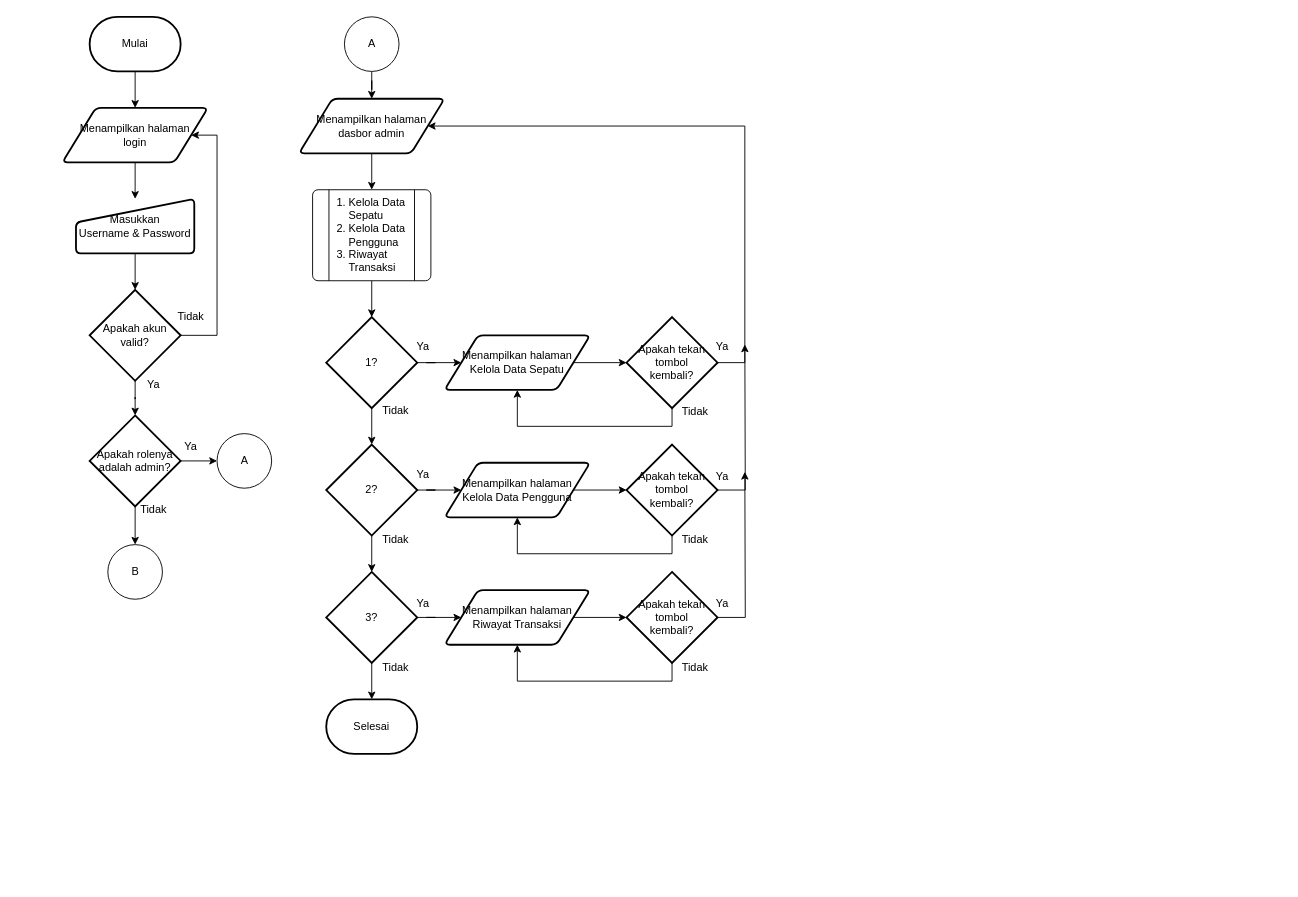
dapzz-id/DrawIO keeps this draw.io diagram as KP-Joki-2.drawio. Above is the earlier version. Source tidied: cells renumbered, new cells numbered last; positions are measured from the earlier drawing's top-left corner, leaving out a move shared by most shapes. Both pictures are drawn from the tidied source at 91%, with x=0, y=0 at pixel (62, 16).
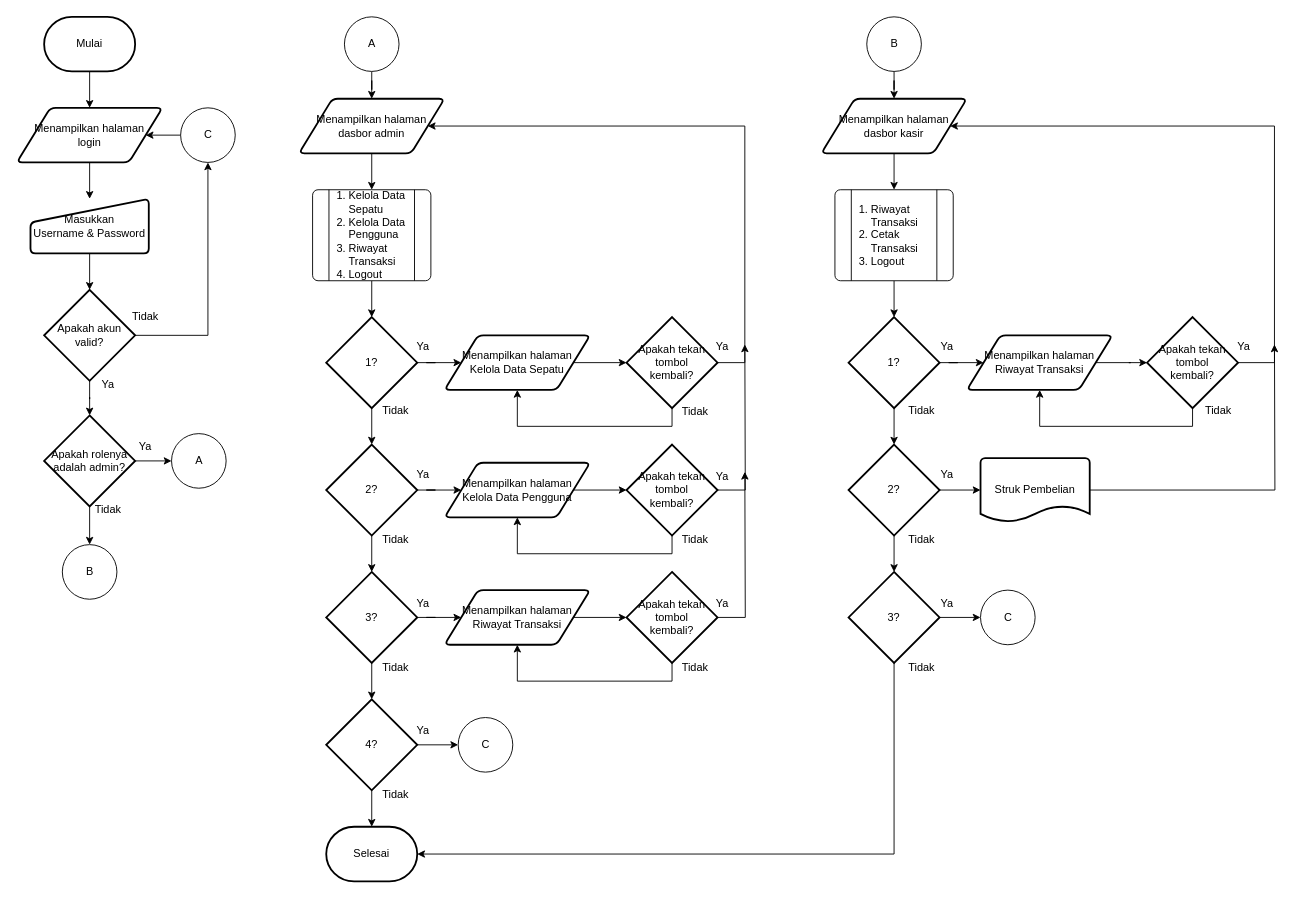
The same diagram, later.

Unchanged cells that the change refers to:
```xml
<mxCell id="41" value="3?" style="strokeWidth=2;html=1;shape=mxgraph.flowchart.decision;whiteSpace=wrap;" parent="1" vertex="1">
  <mxGeometry x="290" y="610" width="100" height="100" as="geometry" />
</mxCell>
```

The edit, as a diff of the source:
```diff
@@
     <mxCell id="3" value="Mulai" style="strokeWidth=2;html=1;shape=mxgraph.flowchart.terminator;whiteSpace=wrap;" parent="1" vertex="1">
-      <mxGeometry x="30" width="100" height="60" as="geometry" />
+      <mxGeometry x="-20" width="100" height="60" as="geometry" />
     </mxCell>
@@
     <mxCell id="5" value="Menampilkan halaman&lt;div&gt;login&lt;/div&gt;" style="shape=parallelogram;html=1;strokeWidth=2;perimeter=parallelogramPerimeter;whiteSpace=wrap;rounded=1;arcSize=12;size=0.23;" parent="1" vertex="1">
-      <mxGeometry y="100" width="160" height="60" as="geometry" />
+      <mxGeometry x="-50" y="100" width="160" height="60" as="geometry" />
     </mxCell>
@@
     <mxCell id="7" value="Masukkan&lt;div&gt;Username &amp;amp; Password&lt;/div&gt;" style="html=1;strokeWidth=2;shape=manualInput;whiteSpace=wrap;rounded=1;size=26;arcSize=11;" parent="1" vertex="1">
-      <mxGeometry x="15" y="200" width="130" height="60" as="geometry" />
+      <mxGeometry x="-35" y="200" width="130" height="60" as="geometry" />
     </mxCell>
-    <mxCell id="8" style="edgeStyle=orthogonalEdgeStyle;rounded=0;jettySize=auto;html=1;exitX=1;exitY=0.5;exitDx=0;exitDy=0;exitPerimeter=0;entryX=1;entryY=0.5;entryDx=0;entryDy=0;" parent="1" edge="1" source="10" target="5">
-      <mxGeometry relative="1" as="geometry">
-        <Array as="points">
-          <mxPoint x="170" y="350" />
-          <mxPoint x="170" y="130" />
-        </Array>
-      </mxGeometry>
-    </mxCell>
@@
+    <mxCell id="63" style="edgeStyle=orthogonalEdgeStyle;rounded=0;jettySize=auto;html=1;exitX=1;exitY=0.5;exitDx=0;exitDy=0;exitPerimeter=0;entryX=0.5;entryY=1;entryDx=0;entryDy=0;entryPerimeter=0;" parent="1" edge="1" source="10" target="78">
+      <mxGeometry relative="1" as="geometry">
+        <Array as="points">
+          <mxPoint x="160" y="350" />
+        </Array>
+      </mxGeometry>
+    </mxCell>
     <mxCell id="10" value="Apakah akun&lt;div&gt;valid?&lt;/div&gt;" style="strokeWidth=2;html=1;shape=mxgraph.flowchart.decision;whiteSpace=wrap;" parent="1" vertex="1">
-      <mxGeometry x="30" y="300" width="100" height="100" as="geometry" />
+      <mxGeometry x="-20" y="300" width="100" height="100" as="geometry" />
     </mxCell>
     <mxCell id="11" value="Tidak" style="text;html=1;align=center;verticalAlign=middle;strokeColor=none;fillColor=none;" parent="1" vertex="1">
-      <mxGeometry x="116" y="315" width="50" height="30" as="geometry" />
+      <mxGeometry x="66" y="315" width="50" height="30" as="geometry" />
     </mxCell>
@@
     <mxCell id="14" value="Apakah rolenya adalah admin&lt;span style=&quot;background-color: transparent; color: light-dark(rgb(0, 0, 0), rgb(255, 255, 255));&quot;&gt;?&lt;/span&gt;" style="strokeWidth=2;html=1;shape=mxgraph.flowchart.decision;whiteSpace=wrap;" parent="1" vertex="1">
-      <mxGeometry x="30" y="438" width="100" height="100" as="geometry" />
+      <mxGeometry x="-20" y="438" width="100" height="100" as="geometry" />
     </mxCell>
     <mxCell id="15" value="Ya" style="text;html=1;align=center;verticalAlign=middle;strokeColor=none;fillColor=none;" parent="1" vertex="1">
-      <mxGeometry x="80" y="389" width="40" height="30" as="geometry" />
+      <mxGeometry x="30" y="389" width="40" height="30" as="geometry" />
     </mxCell>
     <mxCell id="16" value="A" style="verticalLabelPosition=middle;verticalAlign=middle;html=1;shape=mxgraph.flowchart.on-page_reference;labelPosition=center;align=center;" parent="1" vertex="1">
-      <mxGeometry x="170" y="458" width="60" height="60" as="geometry" />
+      <mxGeometry x="120" y="458" width="60" height="60" as="geometry" />
     </mxCell>
     <mxCell id="17" value="B" style="verticalLabelPosition=middle;verticalAlign=middle;html=1;shape=mxgraph.flowchart.on-page_reference;labelPosition=center;align=center;" parent="1" vertex="1">
-      <mxGeometry x="50" y="580" width="60" height="60" as="geometry" />
+      <mxGeometry y="580" width="60" height="60" as="geometry" />
     </mxCell>
     <mxCell id="18" value="Tidak" style="text;html=1;align=center;verticalAlign=middle;strokeColor=none;fillColor=none;" parent="1" vertex="1">
-      <mxGeometry x="75" y="527" width="50" height="30" as="geometry" />
+      <mxGeometry x="25" y="527" width="50" height="30" as="geometry" />
     </mxCell>
     <mxCell id="19" value="Ya" style="text;html=1;align=center;verticalAlign=middle;strokeColor=none;fillColor=none;" parent="1" vertex="1">
-      <mxGeometry x="121" y="458" width="40" height="30" as="geometry" />
+      <mxGeometry x="71" y="458" width="40" height="30" as="geometry" />
     </mxCell>
@@
-    <mxCell id="25" value="&lt;ol style=&quot;padding-left: 20px;&quot;&gt;&lt;li&gt;Kelola Data Sepatu&lt;/li&gt;&lt;li&gt;Kelola Data Pengguna&lt;/li&gt;&lt;li&gt;Riwayat Transaksi&lt;/li&gt;&lt;/ol&gt;" style="verticalLabelPosition=middle;verticalAlign=middle;html=1;shape=process;whiteSpace=wrap;rounded=1;size=0.14;arcSize=6;labelPosition=center;align=left;" parent="1" vertex="1">
+    <mxCell id="25" value="&lt;ol style=&quot;padding-left: 20px;&quot;&gt;&lt;li&gt;Kelola Data Sepatu&lt;/li&gt;&lt;li&gt;Kelola Data Pengguna&lt;/li&gt;&lt;li&gt;Riwayat Transaksi&lt;/li&gt;&lt;li&gt;Logout&lt;/li&gt;&lt;/ol&gt;" style="verticalLabelPosition=middle;verticalAlign=middle;html=1;shape=process;whiteSpace=wrap;rounded=1;size=0.14;arcSize=6;labelPosition=center;align=left;" parent="1" vertex="1">
       <mxGeometry x="275" y="190" width="130" height="100" as="geometry" />
     </mxCell>
@@
-    <mxCell id="40" style="edgeStyle=orthogonalEdgeStyle;rounded=0;jettySize=auto;html=1;" parent="1" edge="1" source="41" target="46">
-      <mxGeometry relative="1" as="geometry" />
-    </mxCell>
+    <mxCell id="64" style="edgeStyle=orthogonalEdgeStyle;rounded=0;jettySize=auto;html=1;" parent="1" edge="1" source="41" target="67">
+      <mxGeometry relative="1" as="geometry" />
+    </mxCell>
@@
     <mxCell id="46" value="Selesai" style="strokeWidth=2;html=1;shape=mxgraph.flowchart.terminator;whiteSpace=wrap;" parent="1" vertex="1">
-      <mxGeometry x="290" y="750" width="100" height="60" as="geometry" />
+      <mxGeometry x="290" y="890" width="100" height="60" as="geometry" />
     </mxCell>
@@
+    <mxCell id="65" style="edgeStyle=orthogonalEdgeStyle;rounded=0;jettySize=auto;html=1;" parent="1" edge="1" source="67" target="46">
+      <mxGeometry relative="1" as="geometry" />
+    </mxCell>
+    <mxCell id="66" style="edgeStyle=orthogonalEdgeStyle;rounded=0;jettySize=auto;html=1;" parent="1" edge="1" source="67" target="76">
+      <mxGeometry relative="1" as="geometry" />
+    </mxCell>
+    <mxCell id="67" value="4?" style="strokeWidth=2;html=1;shape=mxgraph.flowchart.decision;whiteSpace=wrap;" parent="1" vertex="1">
+      <mxGeometry x="290" y="750" width="100" height="100" as="geometry" />
+    </mxCell>
+    <mxCell id="68" value="Tidak" style="text;html=1;align=center;verticalAlign=middle;strokeColor=none;fillColor=none;" parent="1" vertex="1">
+      <mxGeometry x="341" y="840" width="50" height="30" as="geometry" />
+    </mxCell>
+    <mxCell id="69" value="Ya" style="text;html=1;align=center;verticalAlign=middle;strokeColor=none;fillColor=none;" parent="1" vertex="1">
+      <mxGeometry x="376" y="770" width="40" height="30" as="geometry" />
+    </mxCell>
+    <mxCell id="70" style="edgeStyle=orthogonalEdgeStyle;rounded=0;jettySize=auto;html=1;" parent="1" edge="1" source="71" target="73">
+      <mxGeometry relative="1" as="geometry" />
+    </mxCell>
+    <mxCell id="71" value="B" style="verticalLabelPosition=middle;verticalAlign=middle;html=1;shape=mxgraph.flowchart.on-page_reference;labelPosition=center;align=center;" parent="1" vertex="1">
+      <mxGeometry x="884" width="60" height="60" as="geometry" />
+    </mxCell>
+    <mxCell id="72" style="edgeStyle=orthogonalEdgeStyle;rounded=0;jettySize=auto;html=1;" parent="1" edge="1" source="73" target="75">
+      <mxGeometry relative="1" as="geometry" />
+    </mxCell>
+    <mxCell id="73" value="Menampilkan halaman&lt;div&gt;dasbor kasir&lt;/div&gt;" style="shape=parallelogram;html=1;strokeWidth=2;perimeter=parallelogramPerimeter;whiteSpace=wrap;rounded=1;arcSize=12;size=0.23;" parent="1" vertex="1">
+      <mxGeometry x="834" y="90" width="160" height="60" as="geometry" />
+    </mxCell>
+    <mxCell id="74" style="edgeStyle=orthogonalEdgeStyle;rounded=0;jettySize=auto;html=1;" parent="1" edge="1" source="75" target="81">
+      <mxGeometry relative="1" as="geometry" />
+    </mxCell>
+    <mxCell id="75" value="&lt;ol style=&quot;padding-left: 20px;&quot;&gt;&lt;li&gt;Riwayat Transaksi&lt;/li&gt;&lt;li&gt;Cetak Transaksi&lt;/li&gt;&lt;li&gt;Logout&lt;/li&gt;&lt;/ol&gt;" style="verticalLabelPosition=middle;verticalAlign=middle;html=1;shape=process;whiteSpace=wrap;rounded=1;size=0.14;arcSize=6;labelPosition=center;align=left;" parent="1" vertex="1">
+      <mxGeometry x="849" y="190" width="130" height="100" as="geometry" />
+    </mxCell>
+    <mxCell id="76" value="C" style="verticalLabelPosition=middle;verticalAlign=middle;html=1;shape=mxgraph.flowchart.on-page_reference;labelPosition=center;align=center;" parent="1" vertex="1">
+      <mxGeometry x="435" y="770" width="60" height="60" as="geometry" />
+    </mxCell>
+    <mxCell id="77" style="edgeStyle=orthogonalEdgeStyle;rounded=0;jettySize=auto;html=1;exitX=0;exitY=0.5;exitDx=0;exitDy=0;exitPerimeter=0;entryX=1;entryY=0.5;entryDx=0;entryDy=0;" parent="1" edge="1" source="78" target="5">
+      <mxGeometry relative="1" as="geometry" />
+    </mxCell>
+    <mxCell id="78" value="C" style="verticalLabelPosition=middle;verticalAlign=middle;html=1;shape=mxgraph.flowchart.on-page_reference;labelPosition=center;align=center;" parent="1" vertex="1">
+      <mxGeometry x="130" y="100" width="60" height="60" as="geometry" />
+    </mxCell>
+    <mxCell id="79" style="edgeStyle=orthogonalEdgeStyle;rounded=0;jettySize=auto;html=1;" parent="1" edge="1" source="81" target="83">
+      <mxGeometry relative="1" as="geometry" />
+    </mxCell>
+    <mxCell id="80" style="edgeStyle=orthogonalEdgeStyle;rounded=0;jettySize=auto;html=1;" parent="1" edge="1" source="81" target="87">
+      <mxGeometry relative="1" as="geometry" />
+    </mxCell>
+    <mxCell id="81" value="1?" style="strokeWidth=2;html=1;shape=mxgraph.flowchart.decision;whiteSpace=wrap;" parent="1" vertex="1">
+      <mxGeometry x="864" y="330" width="100" height="100" as="geometry" />
+    </mxCell>
+    <mxCell id="82" style="edgeStyle=orthogonalEdgeStyle;rounded=0;jettySize=auto;html=1;" parent="1" edge="1" source="83" target="101">
+      <mxGeometry relative="1" as="geometry" />
+    </mxCell>
+    <mxCell id="83" value="Menampilkan halaman&lt;div&gt;Riwayat Transaksi&lt;/div&gt;" style="shape=parallelogram;html=1;strokeWidth=2;perimeter=parallelogramPerimeter;whiteSpace=wrap;rounded=1;arcSize=12;size=0.23;" parent="1" vertex="1">
+      <mxGeometry x="994" y="350" width="160" height="60" as="geometry" />
+    </mxCell>
+    <mxCell id="84" value="Ya" style="text;html=1;align=center;verticalAlign=middle;strokeColor=none;fillColor=none;" parent="1" vertex="1">
+      <mxGeometry x="952" y="348" width="40" height="30" as="geometry" />
+    </mxCell>
+    <mxCell id="85" style="edgeStyle=orthogonalEdgeStyle;rounded=0;jettySize=auto;html=1;" parent="1" edge="1" source="87" target="91">
+      <mxGeometry relative="1" as="geometry" />
+    </mxCell>
+    <mxCell id="86" style="edgeStyle=orthogonalEdgeStyle;rounded=0;jettySize=auto;html=1;" parent="1" edge="1" source="87" target="93">
+      <mxGeometry relative="1" as="geometry" />
+    </mxCell>
+    <mxCell id="87" value="2?" style="strokeWidth=2;html=1;shape=mxgraph.flowchart.decision;whiteSpace=wrap;" parent="1" vertex="1">
+      <mxGeometry x="864" y="470" width="100" height="100" as="geometry" />
+    </mxCell>
+    <mxCell id="88" value="Tidak" style="text;html=1;align=center;verticalAlign=middle;strokeColor=none;fillColor=none;" parent="1" vertex="1">
+      <mxGeometry x="919" y="418" width="50" height="30" as="geometry" />
+    </mxCell>
+    <mxCell id="89" value="Ya" style="text;html=1;align=center;verticalAlign=middle;strokeColor=none;fillColor=none;" parent="1" vertex="1">
+      <mxGeometry x="952" y="488" width="40" height="30" as="geometry" />
+    </mxCell>
+    <mxCell id="90" style="edgeStyle=orthogonalEdgeStyle;rounded=0;jettySize=auto;html=1;exitX=1;exitY=0.5;exitDx=0;exitDy=0;exitPerimeter=0;" parent="1" edge="1" source="91">
+      <mxGeometry relative="1" as="geometry">
+        <mxPoint x="1332" y="360" as="targetPoint" />
+      </mxGeometry>
+    </mxCell>
+    <mxCell id="91" value="Struk Pembelian" style="strokeWidth=2;html=1;shape=mxgraph.flowchart.document2;whiteSpace=wrap;size=0.25;" parent="1" vertex="1">
+      <mxGeometry x="1009" y="485" width="120" height="70" as="geometry" />
+    </mxCell>
+    <mxCell id="92" style="edgeStyle=orthogonalEdgeStyle;rounded=0;jettySize=auto;html=1;" parent="1" edge="1" source="93" target="94">
+      <mxGeometry relative="1" as="geometry" />
+    </mxCell>
+    <mxCell id="93" value="3?" style="strokeWidth=2;html=1;shape=mxgraph.flowchart.decision;whiteSpace=wrap;" parent="1" vertex="1">
+      <mxGeometry x="864" y="610" width="100" height="100" as="geometry" />
+    </mxCell>
+    <mxCell id="94" value="C" style="verticalLabelPosition=middle;verticalAlign=middle;html=1;shape=mxgraph.flowchart.on-page_reference;labelPosition=center;align=center;" parent="1" vertex="1">
+      <mxGeometry x="1009" y="630" width="60" height="60" as="geometry" />
+    </mxCell>
+    <mxCell id="95" value="Ya" style="text;html=1;align=center;verticalAlign=middle;strokeColor=none;fillColor=none;" parent="1" vertex="1">
+      <mxGeometry x="952" y="630" width="40" height="30" as="geometry" />
+    </mxCell>
+    <mxCell id="96" value="Tidak" style="text;html=1;align=center;verticalAlign=middle;strokeColor=none;fillColor=none;" parent="1" vertex="1">
+      <mxGeometry x="919" y="560" width="50" height="30" as="geometry" />
+    </mxCell>
+    <mxCell id="97" value="Tidak" style="text;html=1;align=center;verticalAlign=middle;strokeColor=none;fillColor=none;" parent="1" vertex="1">
+      <mxGeometry x="919" y="700" width="50" height="30" as="geometry" />
+    </mxCell>
+    <mxCell id="98" style="edgeStyle=orthogonalEdgeStyle;rounded=0;jettySize=auto;html=1;exitX=0.5;exitY=1;exitDx=0;exitDy=0;exitPerimeter=0;entryX=1;entryY=0.5;entryDx=0;entryDy=0;entryPerimeter=0;" parent="1" edge="1" source="93" target="46">
+      <mxGeometry relative="1" as="geometry" />
+    </mxCell>
+    <mxCell id="99" style="edgeStyle=orthogonalEdgeStyle;rounded=0;jettySize=auto;html=1;exitX=0.5;exitY=1;exitDx=0;exitDy=0;exitPerimeter=0;entryX=0.5;entryY=1;entryDx=0;entryDy=0;" parent="1" edge="1" source="101" target="83">
+      <mxGeometry relative="1" as="geometry" />
+    </mxCell>
+    <mxCell id="100" style="edgeStyle=orthogonalEdgeStyle;rounded=0;jettySize=auto;html=1;exitX=1;exitY=0.5;exitDx=0;exitDy=0;exitPerimeter=0;entryX=1;entryY=0.5;entryDx=0;entryDy=0;" parent="1" edge="1" source="101" target="73">
+      <mxGeometry relative="1" as="geometry">
+        <Array as="points">
+          <mxPoint x="1332" y="380" />
+          <mxPoint x="1332" y="120" />
+        </Array>
+      </mxGeometry>
+    </mxCell>
+    <mxCell id="101" value="Apakah tekan tombol&lt;div&gt;kembali?&lt;/div&gt;" style="strokeWidth=2;html=1;shape=mxgraph.flowchart.decision;whiteSpace=wrap;" parent="1" vertex="1">
+      <mxGeometry x="1192" y="330" width="100" height="100" as="geometry" />
+    </mxCell>
+    <mxCell id="102" value="Tidak" style="text;html=1;align=center;verticalAlign=middle;strokeColor=none;fillColor=none;" parent="1" vertex="1">
+      <mxGeometry x="1245" y="418" width="50" height="30" as="geometry" />
+    </mxCell>
+    <mxCell id="103" value="Ya" style="text;html=1;align=center;verticalAlign=middle;strokeColor=none;fillColor=none;" parent="1" vertex="1">
+      <mxGeometry x="1278" y="348" width="40" height="30" as="geometry" />
+    </mxCell>
```
